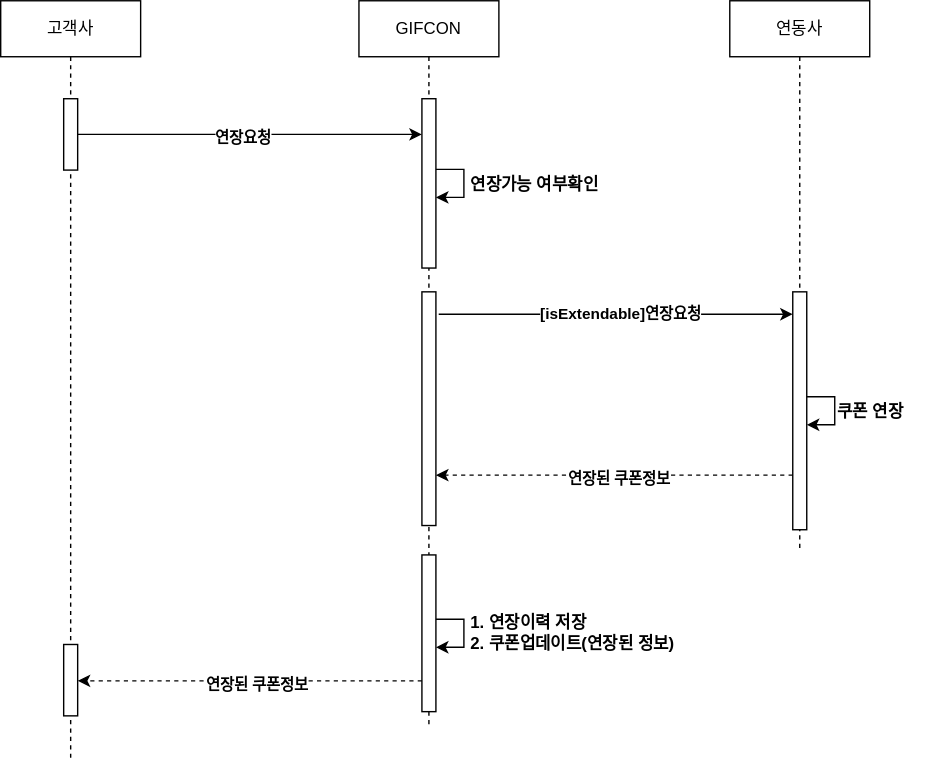
Above: [중계]연장이력_시퀀스_다이어그램.drawio.svg in k3srpn/Architecture (draw.io), before the change. Source tidied: cells renumbered, new cells last; positions are measured from the earlier drawing's top-left corner, leaving out a move shared by most shapes.
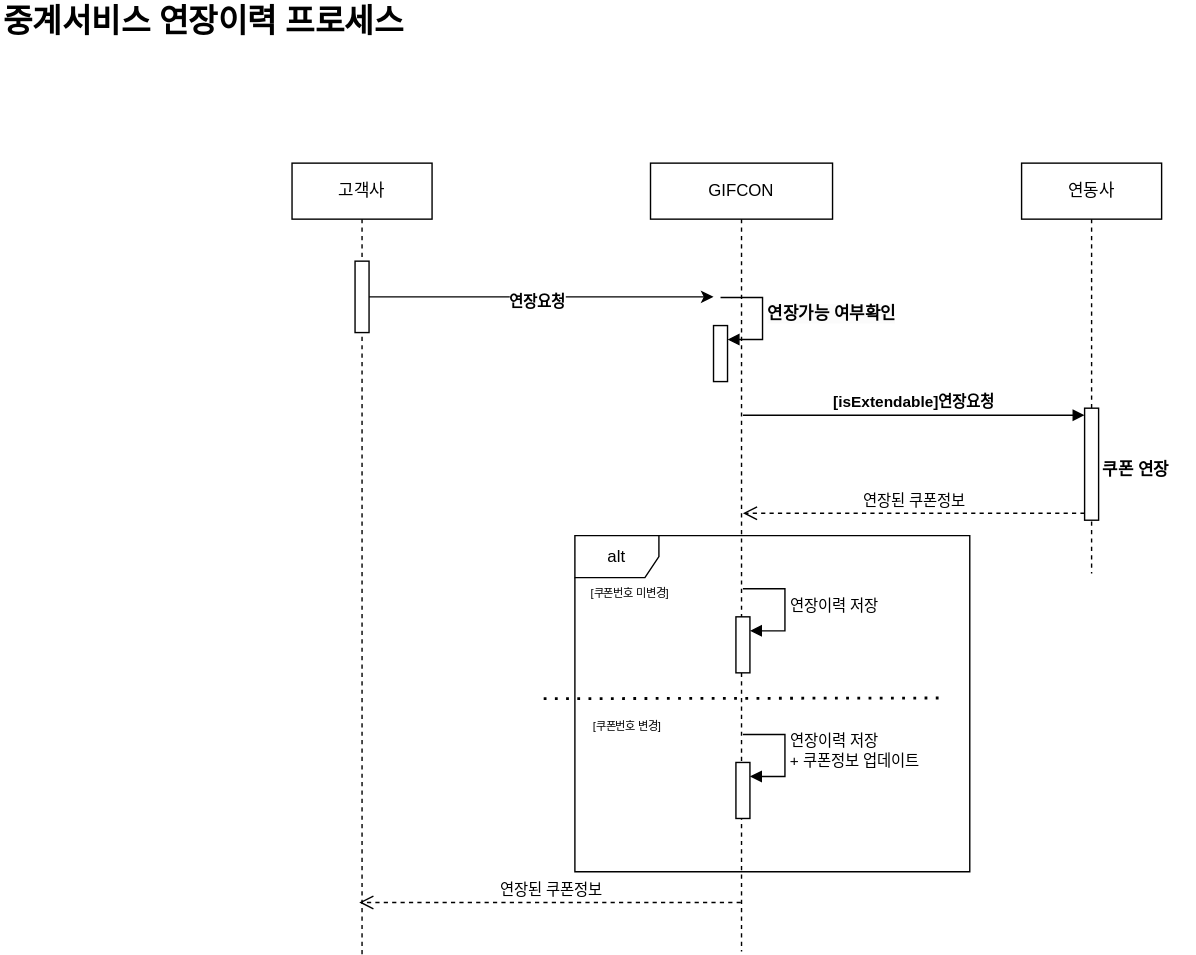
Above is the later version.

Commit message:
[중계]연장이력_시퀀스_다이어그램.drawio.svg 업데이트

Diff of the diagram source:
```diff
@@ -3,92 +3,98 @@
     <mxCell id="0" />
     <mxCell id="1" parent="0" />
     <mxCell id="2" value="GIFCON" style="shape=umlLifeline;perimeter=lifelinePerimeter;whiteSpace=wrap;html=1;outlineConnect=0;portConstraint=eastwest;newEdgeStyle={&quot;edgeStyle&quot;:&quot;elbowEdgeStyle&quot;,&quot;elbow&quot;:&quot;vertical&quot;,&quot;curved&quot;:0,&quot;rounded&quot;:0};" parent="1" vertex="1">
-      <mxGeometry x="256" width="100" height="518" as="geometry" />
+      <mxGeometry x="256" width="130" height="563" as="geometry" />
     </mxCell>
-    <mxCell id="3" style="html=1;points=[];perimeter=orthogonalPerimeter;outlineConnect=0;targetShapes=umlLifeline;portConstraint=eastwest;newEdgeStyle={&quot;edgeStyle&quot;:&quot;elbowEdgeStyle&quot;,&quot;elbow&quot;:&quot;vertical&quot;,&quot;curved&quot;:0,&quot;rounded&quot;:0};" parent="2" vertex="1">
-      <mxGeometry x="45" y="70" width="10" height="121" as="geometry" />
-    </mxCell>
-    <mxCell id="4" style="html=1;points=[];perimeter=orthogonalPerimeter;outlineConnect=0;targetShapes=umlLifeline;portConstraint=eastwest;newEdgeStyle={&quot;edgeStyle&quot;:&quot;elbowEdgeStyle&quot;,&quot;elbow&quot;:&quot;vertical&quot;,&quot;curved&quot;:0,&quot;rounded&quot;:0};" parent="2" vertex="1">
-      <mxGeometry x="45" y="208" width="10" height="167" as="geometry" />
-    </mxCell>
-    <mxCell id="5" style="html=1;points=[];perimeter=orthogonalPerimeter;outlineConnect=0;targetShapes=umlLifeline;portConstraint=eastwest;newEdgeStyle={&quot;edgeStyle&quot;:&quot;elbowEdgeStyle&quot;,&quot;elbow&quot;:&quot;vertical&quot;,&quot;curved&quot;:0,&quot;rounded&quot;:0};" parent="2" vertex="1">
-      <mxGeometry x="45" y="396" width="10" height="112" as="geometry" />
-    </mxCell>
-    <mxCell id="6" style="endArrow=classic;html=1;rounded=0;" parent="2" edge="1" source="5" target="5">
-      <mxGeometry relative="1" as="geometry" />
-    </mxCell>
-    <mxCell id="7" style="endArrow=classic;html=1;rounded=0;" parent="2" edge="1" source="3" target="3">
-      <mxGeometry relative="1" as="geometry" />
-    </mxCell>
+    <mxCell id="25" style="html=1;points=[[0,0,0,0,5],[0,1,0,0,-5],[1,0,0,0,5],[1,1,0,0,-5]];perimeter=orthogonalPerimeter;outlineConnect=0;targetShapes=umlLifeline;portConstraint=eastwest;newEdgeStyle={&quot;curved&quot;:0,&quot;rounded&quot;:0};" parent="2" vertex="1">
+      <mxGeometry x="45" y="116" width="10" height="40" as="geometry" />
+    </mxCell>
+    <mxCell id="13" value="&lt;b style=&quot;border-color: var(--border-color); font-size: 12px; background-color: rgb(251, 251, 251);&quot;&gt;연장가능 여부확인&lt;/b&gt;" style="html=1;align=left;spacingLeft=2;endArrow=block;rounded=0;edgeStyle=orthogonalEdgeStyle;curved=0;rounded=0;" parent="2" edge="1" target="25">
+      <mxGeometry relative="1" as="geometry">
+        <mxPoint x="50" y="96" as="sourcePoint" />
+        <Array as="points">
+          <mxPoint x="80" y="126" />
+        </Array>
+      </mxGeometry>
+    </mxCell>
+    <mxCell id="26" style="html=1;points=[[0,0,0,0,5],[0,1,0,0,-5],[1,0,0,0,5],[1,1,0,0,-5]];perimeter=orthogonalPerimeter;outlineConnect=0;targetShapes=umlLifeline;portConstraint=eastwest;newEdgeStyle={&quot;curved&quot;:0,&quot;rounded&quot;:0};" parent="2" vertex="1">
+      <mxGeometry x="61" y="324" width="10" height="40" as="geometry" />
+    </mxCell>
+    <mxCell id="27" value="연장이력 저장" style="html=1;align=left;spacingLeft=2;endArrow=block;rounded=0;edgeStyle=orthogonalEdgeStyle;curved=0;rounded=0;" parent="2" edge="1" target="26">
+      <mxGeometry relative="1" as="geometry">
+        <mxPoint x="66" y="304" as="sourcePoint" />
+        <Array as="points">
+          <mxPoint x="96" y="334" />
+        </Array>
+      </mxGeometry>
+    </mxCell>
+    <mxCell id="28" style="html=1;points=[[0,0,0,0,5],[0,1,0,0,-5],[1,0,0,0,5],[1,1,0,0,-5]];perimeter=orthogonalPerimeter;outlineConnect=0;targetShapes=umlLifeline;portConstraint=eastwest;newEdgeStyle={&quot;curved&quot;:0,&quot;rounded&quot;:0};" parent="2" vertex="1">
+      <mxGeometry x="61" y="428" width="10" height="40" as="geometry" />
+    </mxCell>
+    <mxCell id="29" value="연장이력 저장&lt;br&gt;+ 쿠폰정보 업데이트" style="html=1;align=left;spacingLeft=2;endArrow=block;rounded=0;edgeStyle=orthogonalEdgeStyle;curved=0;rounded=0;" parent="2" edge="1" target="28">
+      <mxGeometry relative="1" as="geometry">
+        <mxPoint x="66" y="408" as="sourcePoint" />
+        <Array as="points">
+          <mxPoint x="96" y="438" />
+        </Array>
+      </mxGeometry>
+    </mxCell>
     <mxCell id="8" value="연동사" style="shape=umlLifeline;perimeter=lifelinePerimeter;whiteSpace=wrap;html=1;newEdgeStyle={&quot;edgeStyle&quot;:&quot;elbowEdgeStyle&quot;,&quot;elbow&quot;:&quot;vertical&quot;,&quot;curved&quot;:0,&quot;rounded&quot;:0};" parent="1" vertex="1">
-      <mxGeometry x="521" width="100" height="391" as="geometry" />
+      <mxGeometry x="521" width="100" height="293" as="geometry" />
     </mxCell>
-    <mxCell id="9" style="html=1;points=[];perimeter=orthogonalPerimeter;outlineConnect=0;targetShapes=umlLifeline;portConstraint=eastwest;newEdgeStyle={&quot;edgeStyle&quot;:&quot;elbowEdgeStyle&quot;,&quot;elbow&quot;:&quot;vertical&quot;,&quot;curved&quot;:0,&quot;rounded&quot;:0};" parent="8" vertex="1">
-      <mxGeometry x="45" y="208" width="10" height="170" as="geometry" />
-    </mxCell>
-    <mxCell id="10" style="endArrow=classic;html=1;rounded=0;" parent="8" edge="1" source="9" target="9">
-      <mxGeometry relative="1" as="geometry" />
-    </mxCell>
-    <mxCell id="11" style="endArrow=classic;html=1;rounded=0;" parent="1" edge="1">
-      <mxGeometry relative="1" as="geometry">
-        <mxPoint x="313" y="224" as="sourcePoint" />
-        <mxPoint x="566" y="224" as="targetPoint" />
-      </mxGeometry>
-    </mxCell>
-    <mxCell id="12" value="&lt;b&gt;[isExtendable]연장요청&lt;/b&gt;" style="edgeLabel;html=1;align=center;verticalAlign=middle;" parent="11" vertex="1">
-      <mxGeometry x="0.36" relative="1" as="geometry">
-        <mxPoint x="-42" y="-1" as="offset" />
-      </mxGeometry>
-    </mxCell>
-    <mxCell id="13" value="&lt;b&gt;연장가능 여부확인&lt;/b&gt;" style="text;html=1;align=left;verticalAlign=middle;strokeColor=none;fillColor=none;" parent="1" vertex="1">
-      <mxGeometry x="334" y="119" width="117" height="26" as="geometry" />
-    </mxCell>
+    <mxCell id="30" style="html=1;points=[[0,0,0,0,5],[0,1,0,0,-5],[1,0,0,0,5],[1,1,0,0,-5]];perimeter=orthogonalPerimeter;outlineConnect=0;targetShapes=umlLifeline;portConstraint=eastwest;newEdgeStyle={&quot;curved&quot;:0,&quot;rounded&quot;:0};" parent="8" vertex="1">
+      <mxGeometry x="45" y="175" width="10" height="80" as="geometry" />
+    </mxCell>
     <mxCell id="14" value="고객사" style="shape=umlLifeline;perimeter=lifelinePerimeter;whiteSpace=wrap;html=1;newEdgeStyle={&quot;edgeStyle&quot;:&quot;elbowEdgeStyle&quot;,&quot;elbow&quot;:&quot;vertical&quot;,&quot;curved&quot;:0,&quot;rounded&quot;:0};" parent="1" vertex="1">
-      <mxGeometry width="100" height="541" as="geometry" />
+      <mxGeometry width="100" height="565" as="geometry" />
     </mxCell>
     <mxCell id="15" style="html=1;points=[];perimeter=orthogonalPerimeter;outlineConnect=0;targetShapes=umlLifeline;portConstraint=eastwest;newEdgeStyle={&quot;edgeStyle&quot;:&quot;elbowEdgeStyle&quot;,&quot;elbow&quot;:&quot;vertical&quot;,&quot;curved&quot;:0,&quot;rounded&quot;:0};" parent="14" vertex="1">
       <mxGeometry x="45" y="70" width="10" height="51" as="geometry" />
     </mxCell>
-    <mxCell id="16" style="html=1;points=[];perimeter=orthogonalPerimeter;outlineConnect=0;targetShapes=umlLifeline;portConstraint=eastwest;newEdgeStyle={&quot;edgeStyle&quot;:&quot;elbowEdgeStyle&quot;,&quot;elbow&quot;:&quot;vertical&quot;,&quot;curved&quot;:0,&quot;rounded&quot;:0};" parent="14" vertex="1">
-      <mxGeometry x="45" y="460" width="10" height="51" as="geometry" />
-    </mxCell>
     <mxCell id="17" value="&lt;b&gt;쿠폰 연장&lt;/b&gt;" style="text;html=1;align=left;verticalAlign=middle;strokeColor=none;fillColor=none;" parent="1" vertex="1">
-      <mxGeometry x="596" y="281" width="69" height="26" as="geometry" />
+      <mxGeometry x="577" y="206" width="69" height="26" as="geometry" />
     </mxCell>
-    <mxCell id="18" style="endArrow=classic;html=1;rounded=0;dashed=1;" parent="1" edge="1" source="9" target="4">
-      <mxGeometry relative="1" as="geometry">
-        <Array as="points">
-          <mxPoint x="492" y="339" />
-        </Array>
-      </mxGeometry>
-    </mxCell>
-    <mxCell id="19" value="&lt;b&gt;연장된 쿠폰정보&lt;/b&gt;" style="edgeLabel;html=1;align=center;verticalAlign=middle;" parent="18" vertex="1">
-      <mxGeometry x="0.36" y="2" relative="1" as="geometry">
-        <mxPoint x="49" as="offset" />
-      </mxGeometry>
-    </mxCell>
-    <mxCell id="20" value="&lt;b&gt;1. 연장이력 저장&lt;br&gt;&lt;/b&gt;&lt;div style=&quot;&quot;&gt;&lt;span style=&quot;background-color: initial;&quot;&gt;&lt;b&gt;2. 쿠폰업데이트(연장된 정보)&lt;/b&gt;&lt;/span&gt;&lt;/div&gt;" style="text;html=1;align=left;verticalAlign=middle;strokeColor=none;fillColor=none;" parent="1" vertex="1">
-      <mxGeometry x="334" y="431" width="175" height="41" as="geometry" />
-    </mxCell>
-    <mxCell id="21" style="endArrow=classic;html=1;rounded=0;dashed=1;" parent="1" edge="1" source="5" target="16">
-      <mxGeometry relative="1" as="geometry">
-        <Array as="points">
-          <mxPoint x="229" y="486" />
-        </Array>
-      </mxGeometry>
-    </mxCell>
-    <mxCell id="22" value="&lt;b&gt;연장된 쿠폰정보&lt;/b&gt;" style="edgeLabel;html=1;align=center;verticalAlign=middle;" parent="21" vertex="1">
-      <mxGeometry x="0.36" y="2" relative="1" as="geometry">
-        <mxPoint x="49" as="offset" />
-      </mxGeometry>
-    </mxCell>
-    <mxCell id="23" style="endArrow=classic;html=1;rounded=0;" parent="1" edge="1" source="15" target="3">
-      <mxGeometry relative="1" as="geometry" />
+    <mxCell id="23" style="endArrow=classic;html=1;rounded=0;" parent="1" edge="1" source="15">
+      <mxGeometry relative="1" as="geometry">
+        <mxPoint x="301" y="95.5" as="targetPoint" />
+      </mxGeometry>
     </mxCell>
     <mxCell id="24" value="&lt;b&gt;연장요청&lt;/b&gt;" style="edgeLabel;html=1;align=center;verticalAlign=middle;" parent="23" vertex="1">
       <mxGeometry x="0.28" y="-2" relative="1" as="geometry">
         <mxPoint x="-39" as="offset" />
       </mxGeometry>
     </mxCell>
+    <mxCell id="31" value="alt" style="shape=umlFrame;whiteSpace=wrap;html=1;" parent="1" vertex="1">
+      <mxGeometry x="202" y="266" width="282" height="240" as="geometry" />
+    </mxCell>
+    <mxCell id="12" value="&lt;b style=&quot;border-color: var(--border-color);&quot;&gt;[isExtendable]연장요청&lt;/b&gt;" style="html=1;verticalAlign=bottom;endArrow=block;curved=0;rounded=0;entryX=0;entryY=0;entryDx=0;entryDy=5;" parent="1" edge="1" target="30">
+      <mxGeometry relative="1" as="geometry">
+        <mxPoint x="322" y="180" as="sourcePoint" />
+      </mxGeometry>
+    </mxCell>
+    <mxCell id="32" value="연장된 쿠폰정보" style="html=1;verticalAlign=bottom;endArrow=open;dashed=1;endSize=8;curved=0;rounded=0;exitX=0;exitY=1;exitDx=0;exitDy=-5;" parent="1" edge="1" source="30">
+      <mxGeometry relative="1" as="geometry">
+        <mxPoint x="322" y="250" as="targetPoint" />
+      </mxGeometry>
+    </mxCell>
+    <mxCell id="33" value="[쿠폰번호 미변경]" style="text;html=1;align=center;verticalAlign=middle;strokeColor=none;fillColor=none;fontSize=8;" parent="1" vertex="1">
+      <mxGeometry x="200" y="296" width="81" height="22" as="geometry" />
+    </mxCell>
+    <mxCell id="34" style="endArrow=none;dashed=1;html=1;dashPattern=1 3;strokeWidth=2;rounded=0;entryX=1.003;entryY=0.479;entryDx=0;entryDy=0;entryPerimeter=0;exitX=-0.001;exitY=0.481;exitDx=0;exitDy=0;exitPerimeter=0;" parent="1" edge="1">
+      <mxGeometry relative="1" as="geometry">
+        <mxPoint x="179.7" y="382.4" as="sourcePoint" />
+        <mxPoint x="462.8" y="382" as="targetPoint" />
+      </mxGeometry>
+    </mxCell>
+    <mxCell id="35" value="연장된 쿠폰정보" style="html=1;verticalAlign=bottom;endArrow=open;dashed=1;endSize=8;curved=0;rounded=0;" parent="1" edge="1" source="2">
+      <mxGeometry relative="1" as="geometry">
+        <mxPoint x="48" y="528" as="targetPoint" />
+      </mxGeometry>
+    </mxCell>
+    <mxCell id="36" value="[쿠폰번호 변경]" style="text;html=1;align=center;verticalAlign=middle;strokeColor=none;fillColor=none;fontSize=8;" parent="1" vertex="1">
+      <mxGeometry x="202" y="391" width="73" height="22" as="geometry" />
+    </mxCell>
+    <mxCell id="37" value="중계서비스 연장이력 프로세스" style="text;html=1;strokeColor=none;fillColor=none;align=left;verticalAlign=middle;whiteSpace=wrap;rounded=0;fontStyle=1;fontSize=23;" parent="1" vertex="1">
+      <mxGeometry x="-208" y="-116" width="402" height="30" as="geometry" />
+    </mxCell>
   </root>
 </mxGraphModel>
```
